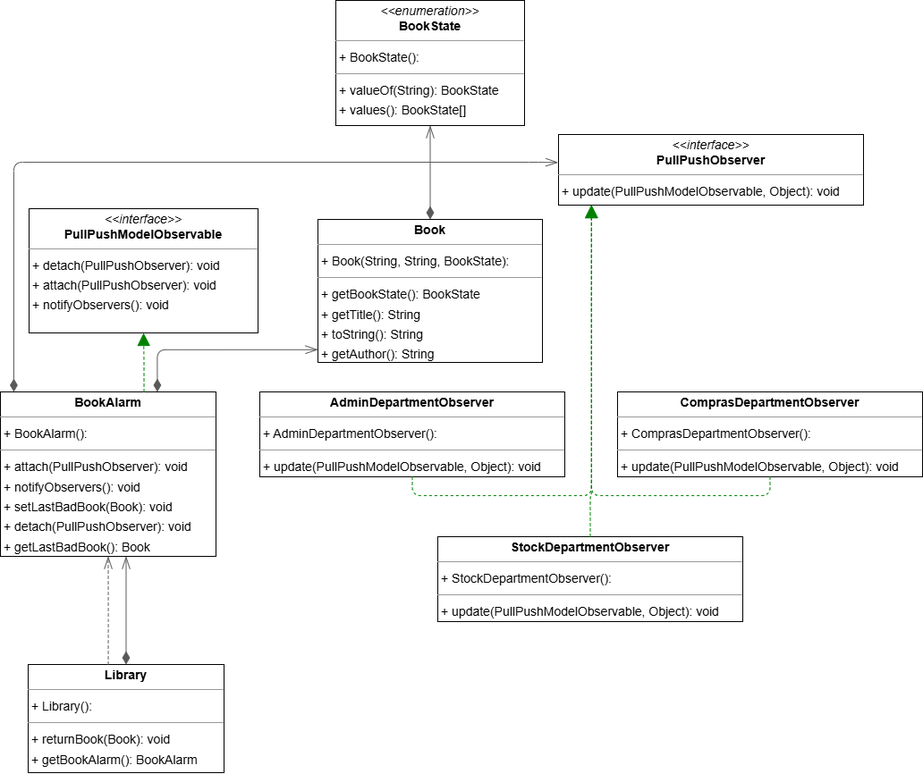
Earlier version of the draw.io export DisenoSoftware/src/Tema02/PatronObserver/UML1.drawio.png (ch0rtas/IS-Diseno_de_Software). Source tidied: cells renumbered, new cells last; positions are measured from the earlier drawing's top-left corner, leaving out a move shared by most shapes.
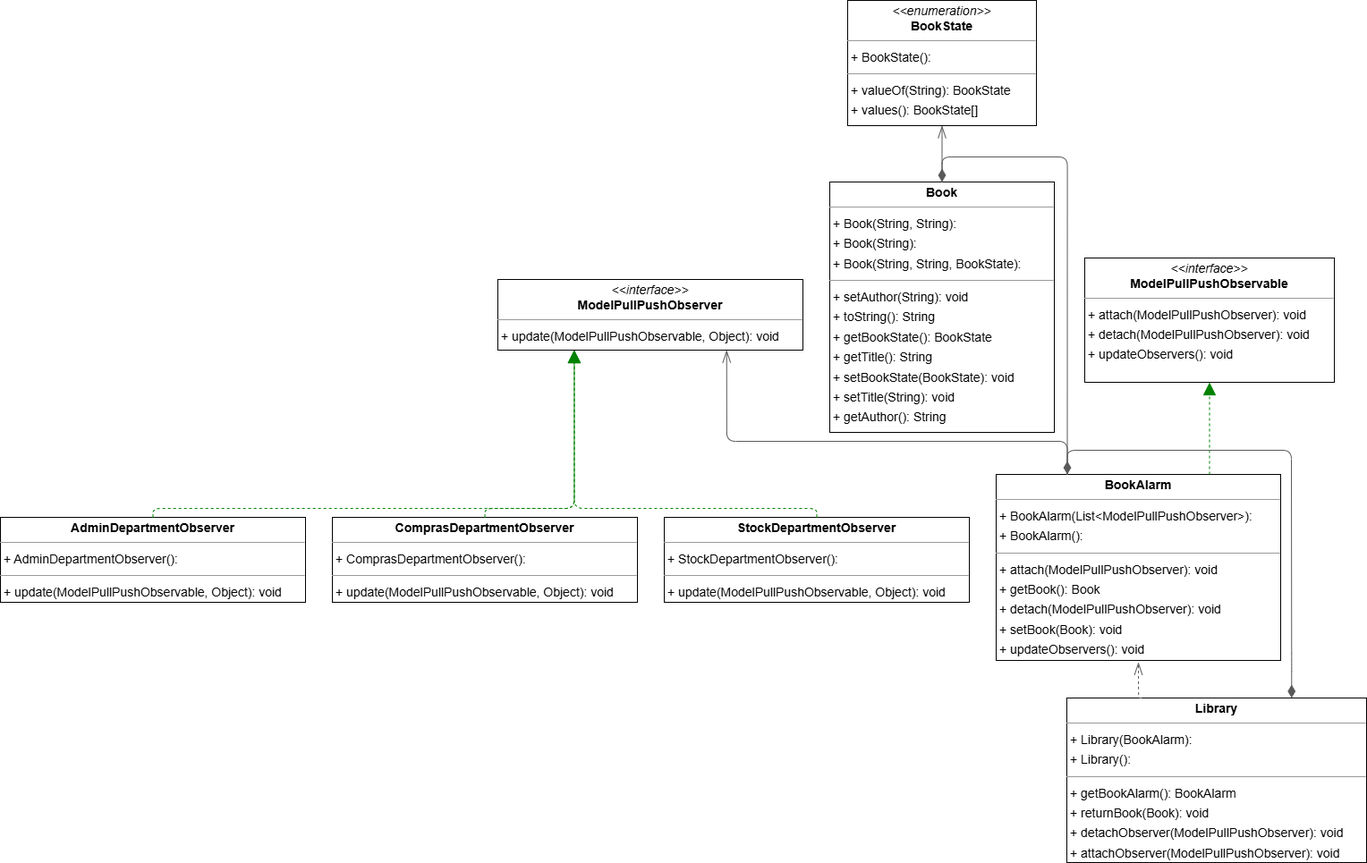
The same diagram one commit later.

The edit, as a diff of the source:
```diff
@@ -2,83 +2,95 @@
   <root>
     <mxCell id="0" />
     <mxCell id="1" parent="0" />
-    <mxCell id="2" value="&lt;p style=&quot;margin:0px;margin-top:4px;text-align:center;&quot;&gt;&lt;b&gt;AdminDepartmentObserver&lt;/b&gt;&lt;/p&gt;&lt;hr size=&quot;1&quot;/&gt;&lt;p style=&quot;margin:0 0 0 4px;line-height:1.6;&quot;&gt;+ AdminDepartmentObserver(): &lt;/p&gt;&lt;hr size=&quot;1&quot;/&gt;&lt;p style=&quot;margin:0 0 0 4px;line-height:1.6;&quot;&gt;+ update(PullPushModelObservable, Object): void&lt;/p&gt;" style="verticalAlign=top;align=left;overflow=fill;fontSize=14;fontFamily=Helvetica;html=1;rounded=0;shadow=0;comic=0;labelBackgroundColor=none;strokeWidth=1;" parent="1" vertex="1">
-      <mxGeometry x="290" y="438" width="341" height="95" as="geometry" />
-    </mxCell>
-    <mxCell id="3" value="&lt;p style=&quot;margin:0px;margin-top:4px;text-align:center;&quot;&gt;&lt;b&gt;Book&lt;/b&gt;&lt;/p&gt;&lt;hr size=&quot;1&quot;/&gt;&lt;p style=&quot;margin:0 0 0 4px;line-height:1.6;&quot;&gt;+ Book(String, String, BookState): &lt;/p&gt;&lt;hr size=&quot;1&quot;/&gt;&lt;p style=&quot;margin:0 0 0 4px;line-height:1.6;&quot;&gt;+ getBookState(): BookState&lt;br/&gt;+ getTitle(): String&lt;br/&gt;+ toString(): String&lt;br/&gt;+ getAuthor(): String&lt;/p&gt;" style="verticalAlign=top;align=left;overflow=fill;fontSize=14;fontFamily=Helvetica;html=1;rounded=0;shadow=0;comic=0;labelBackgroundColor=none;strokeWidth=1;" parent="1" vertex="1">
-      <mxGeometry x="355" y="245" width="251" height="160" as="geometry" />
-    </mxCell>
-    <mxCell id="4" value="&lt;p style=&quot;margin:0px;margin-top:4px;text-align:center;&quot;&gt;&lt;b&gt;BookAlarm&lt;/b&gt;&lt;/p&gt;&lt;hr size=&quot;1&quot;/&gt;&lt;p style=&quot;margin:0 0 0 4px;line-height:1.6;&quot;&gt;+ BookAlarm(): &lt;/p&gt;&lt;hr size=&quot;1&quot;/&gt;&lt;p style=&quot;margin:0 0 0 4px;line-height:1.6;&quot;&gt;+ attach(PullPushObserver): void&lt;br/&gt;+ notifyObservers(): void&lt;br/&gt;+ setLastBadBook(Book): void&lt;br/&gt;+ detach(PullPushObserver): void&lt;br/&gt;+ getLastBadBook(): Book&lt;/p&gt;" style="verticalAlign=top;align=left;overflow=fill;fontSize=14;fontFamily=Helvetica;html=1;rounded=0;shadow=0;comic=0;labelBackgroundColor=none;strokeWidth=1;" parent="1" vertex="1">
-      <mxGeometry y="438" width="241" height="184" as="geometry" />
-    </mxCell>
+    <mxCell id="20" value="&lt;p style=&quot;margin:0px;margin-top:4px;text-align:center;&quot;&gt;&lt;b&gt;AdminDepartmentObserver&lt;/b&gt;&lt;/p&gt;&lt;hr size=&quot;1&quot;/&gt;&lt;p style=&quot;margin:0 0 0 4px;line-height:1.6;&quot;&gt;+ AdminDepartmentObserver(): &lt;/p&gt;&lt;hr size=&quot;1&quot;/&gt;&lt;p style=&quot;margin:0 0 0 4px;line-height:1.6;&quot;&gt;+ update(ModelPullPushObservable, Object): void&lt;/p&gt;" style="verticalAlign=top;align=left;overflow=fill;fontSize=14;fontFamily=Helvetica;html=1;rounded=0;shadow=0;comic=0;labelBackgroundColor=none;strokeWidth=1;" parent="1" vertex="1">
+      <mxGeometry x="-572" y="578" width="341" height="95" as="geometry" />
+    </mxCell>
+    <mxCell id="21" value="&lt;p style=&quot;margin:0px;margin-top:4px;text-align:center;&quot;&gt;&lt;b&gt;Book&lt;/b&gt;&lt;/p&gt;&lt;hr size=&quot;1&quot;/&gt;&lt;p style=&quot;margin:0 0 0 4px;line-height:1.6;&quot;&gt;+ Book(String, String): &lt;br/&gt;+ Book(String): &lt;br/&gt;+ Book(String, String, BookState): &lt;/p&gt;&lt;hr size=&quot;1&quot;/&gt;&lt;p style=&quot;margin:0 0 0 4px;line-height:1.6;&quot;&gt;+ setAuthor(String): void&lt;br/&gt;+ toString(): String&lt;br/&gt;+ getBookState(): BookState&lt;br/&gt;+ getTitle(): String&lt;br/&gt;+ setBookState(BookState): void&lt;br/&gt;+ setTitle(String): void&lt;br/&gt;+ getAuthor(): String&lt;/p&gt;" style="verticalAlign=top;align=left;overflow=fill;fontSize=14;fontFamily=Helvetica;html=1;rounded=0;shadow=0;comic=0;labelBackgroundColor=none;strokeWidth=1;" parent="1" vertex="1">
+      <mxGeometry x="355" y="203" width="251" height="280" as="geometry" />
+    </mxCell>
+    <mxCell id="22" value="&lt;p style=&quot;margin:0px;margin-top:4px;text-align:center;&quot;&gt;&lt;b&gt;BookAlarm&lt;/b&gt;&lt;/p&gt;&lt;hr size=&quot;1&quot;/&gt;&lt;p style=&quot;margin:0 0 0 4px;line-height:1.6;&quot;&gt;+ BookAlarm(List&amp;lt;ModelPullPushObserver&amp;gt;): &lt;br/&gt;+ BookAlarm(): &lt;/p&gt;&lt;hr size=&quot;1&quot;/&gt;&lt;p style=&quot;margin:0 0 0 4px;line-height:1.6;&quot;&gt;+ attach(ModelPullPushObserver): void&lt;br/&gt;+ getBook(): Book&lt;br/&gt;+ detach(ModelPullPushObserver): void&lt;br/&gt;+ setBook(Book): void&lt;br/&gt;+ updateObservers(): void&lt;/p&gt;" style="verticalAlign=top;align=left;overflow=fill;fontSize=14;fontFamily=Helvetica;html=1;rounded=0;shadow=0;comic=0;labelBackgroundColor=none;strokeWidth=1;" parent="1" vertex="1">
+      <mxGeometry x="541" y="530" width="318" height="208" as="geometry" />
+    </mxCell>
     <mxCell id="5" value="&lt;p style=&quot;margin:0px;margin-top:4px;text-align:center;&quot;&gt;&lt;i&gt;&amp;lt;&amp;lt;enumeration&amp;gt;&amp;gt;&lt;/i&gt;&lt;br/&gt;&lt;b&gt;BookState&lt;/b&gt;&lt;/p&gt;&lt;hr size=&quot;1&quot;/&gt;&lt;p style=&quot;margin:0 0 0 4px;line-height:1.6;&quot;&gt;+ BookState(): &lt;/p&gt;&lt;hr size=&quot;1&quot;/&gt;&lt;p style=&quot;margin:0 0 0 4px;line-height:1.6;&quot;&gt;+ valueOf(String): BookState&lt;br/&gt;+ values(): BookState[]&lt;/p&gt;" style="verticalAlign=top;align=left;overflow=fill;fontSize=14;fontFamily=Helvetica;html=1;rounded=0;shadow=0;comic=0;labelBackgroundColor=none;strokeWidth=1;" parent="1" vertex="1">
       <mxGeometry x="375" width="211" height="140" as="geometry" />
     </mxCell>
-    <mxCell id="6" value="&lt;p style=&quot;margin:0px;margin-top:4px;text-align:center;&quot;&gt;&lt;b&gt;ComprasDepartmentObserver&lt;/b&gt;&lt;/p&gt;&lt;hr size=&quot;1&quot;/&gt;&lt;p style=&quot;margin:0 0 0 4px;line-height:1.6;&quot;&gt;+ ComprasDepartmentObserver(): &lt;/p&gt;&lt;hr size=&quot;1&quot;/&gt;&lt;p style=&quot;margin:0 0 0 4px;line-height:1.6;&quot;&gt;+ update(PullPushModelObservable, Object): void&lt;/p&gt;" style="verticalAlign=top;align=left;overflow=fill;fontSize=14;fontFamily=Helvetica;html=1;rounded=0;shadow=0;comic=0;labelBackgroundColor=none;strokeWidth=1;" parent="1" vertex="1">
-      <mxGeometry x="690" y="438" width="341" height="95" as="geometry" />
-    </mxCell>
-    <mxCell id="7" value="&lt;p style=&quot;margin:0px;margin-top:4px;text-align:center;&quot;&gt;&lt;b&gt;Library&lt;/b&gt;&lt;/p&gt;&lt;hr size=&quot;1&quot;/&gt;&lt;p style=&quot;margin:0 0 0 4px;line-height:1.6;&quot;&gt;+ Library(): &lt;/p&gt;&lt;hr size=&quot;1&quot;/&gt;&lt;p style=&quot;margin:0 0 0 4px;line-height:1.6;&quot;&gt;+ returnBook(Book): void&lt;br/&gt;+ getBookAlarm(): BookAlarm&lt;/p&gt;" style="verticalAlign=top;align=left;overflow=fill;fontSize=14;fontFamily=Helvetica;html=1;rounded=0;shadow=0;comic=0;labelBackgroundColor=none;strokeWidth=1;" parent="1" vertex="1">
-      <mxGeometry x="31" y="743" width="219" height="121" as="geometry" />
-    </mxCell>
-    <mxCell id="8" value="&lt;p style=&quot;margin:0px;margin-top:4px;text-align:center;&quot;&gt;&lt;i&gt;&amp;lt;&amp;lt;interface&amp;gt;&amp;gt;&lt;/i&gt;&lt;br/&gt;&lt;b&gt;PullPushModelObservable&lt;/b&gt;&lt;/p&gt;&lt;hr size=&quot;1&quot;/&gt;&lt;p style=&quot;margin:0 0 0 4px;line-height:1.6;&quot;&gt;+ detach(PullPushObserver): void&lt;br/&gt;+ attach(PullPushObserver): void&lt;br/&gt;+ notifyObservers(): void&lt;/p&gt;" style="verticalAlign=top;align=left;overflow=fill;fontSize=14;fontFamily=Helvetica;html=1;rounded=0;shadow=0;comic=0;labelBackgroundColor=none;strokeWidth=1;" parent="1" vertex="1">
-      <mxGeometry x="32" y="233" width="256" height="139" as="geometry" />
-    </mxCell>
-    <mxCell id="9" value="&lt;p style=&quot;margin:0px;margin-top:4px;text-align:center;&quot;&gt;&lt;i&gt;&amp;lt;&amp;lt;interface&amp;gt;&amp;gt;&lt;/i&gt;&lt;br/&gt;&lt;b&gt;PullPushObserver&lt;/b&gt;&lt;/p&gt;&lt;hr size=&quot;1&quot;/&gt;&lt;p style=&quot;margin:0 0 0 4px;line-height:1.6;&quot;&gt;+ update(PullPushModelObservable, Object): void&lt;/p&gt;" style="verticalAlign=top;align=left;overflow=fill;fontSize=14;fontFamily=Helvetica;html=1;rounded=0;shadow=0;comic=0;labelBackgroundColor=none;strokeWidth=1;" parent="1" vertex="1">
-      <mxGeometry x="624" y="150" width="341" height="79" as="geometry" />
-    </mxCell>
-    <mxCell id="10" value="&lt;p style=&quot;margin:0px;margin-top:4px;text-align:center;&quot;&gt;&lt;b&gt;StockDepartmentObserver&lt;/b&gt;&lt;/p&gt;&lt;hr size=&quot;1&quot;/&gt;&lt;p style=&quot;margin:0 0 0 4px;line-height:1.6;&quot;&gt;+ StockDepartmentObserver(): &lt;/p&gt;&lt;hr size=&quot;1&quot;/&gt;&lt;p style=&quot;margin:0 0 0 4px;line-height:1.6;&quot;&gt;+ update(PullPushModelObservable, Object): void&lt;/p&gt;" style="verticalAlign=top;align=left;overflow=fill;fontSize=14;fontFamily=Helvetica;html=1;rounded=0;shadow=0;comic=0;labelBackgroundColor=none;strokeWidth=1;" parent="1" vertex="1">
-      <mxGeometry x="489" y="600" width="341" height="95" as="geometry" />
-    </mxCell>
-    <mxCell id="11" style="html=1;rounded=1;edgeStyle=orthogonalEdgeStyle;dashed=1;startArrow=none;endArrow=block;endSize=12;strokeColor=#008200;exitX=0.500;exitY=1.000;exitDx=0;exitDy=0;entryX=0.108;entryY=1.000;entryDx=0;entryDy=0;" parent="1" edge="1" source="2" target="9">
-      <mxGeometry relative="1" as="geometry">
-        <Array as="points">
-          <mxPoint x="460" y="554" />
-          <mxPoint x="661" y="554" />
-        </Array>
-      </mxGeometry>
-    </mxCell>
-    <mxCell id="12" style="html=1;rounded=1;edgeStyle=orthogonalEdgeStyle;dashed=0;startArrow=diamondThin;endArrow=openThin;endSize=12;strokeColor=#595959;exitX=0.500;exitY=0.000;exitDx=0;exitDy=0;entryX=0.500;entryY=1.000;entryDx=0;entryDy=0;startFill=1;startSize=12;" parent="1" edge="1" source="3" target="5">
-      <mxGeometry relative="1" as="geometry" />
-    </mxCell>
-    <mxCell id="13" style="html=1;rounded=1;edgeStyle=orthogonalEdgeStyle;dashed=0;startArrow=diamondThin;endArrow=openThin;endSize=12;strokeColor=#595959;exitX=0.728;exitY=0.000;exitDx=0;exitDy=0;entryX=0;entryY=0.911;entryDx=0;entryDy=0;entryPerimeter=0;startFill=1;startSize=12;" parent="1" edge="1" source="4" target="3">
-      <mxGeometry relative="1" as="geometry">
-        <Array as="points">
-          <mxPoint x="175" y="391" />
-        </Array>
-      </mxGeometry>
-    </mxCell>
-    <mxCell id="14" style="html=1;rounded=1;edgeStyle=orthogonalEdgeStyle;dashed=1;startArrow=none;endArrow=block;endSize=12;strokeColor=#008200;exitX=0.666;exitY=0.000;exitDx=0;exitDy=0;entryX=0.500;entryY=1.000;entryDx=0;entryDy=0;" parent="1" edge="1" source="4" target="8">
-      <mxGeometry relative="1" as="geometry" />
-    </mxCell>
-    <mxCell id="15" style="html=1;rounded=1;edgeStyle=orthogonalEdgeStyle;dashed=0;startArrow=diamondThin;endArrow=openThin;endSize=12;strokeColor=#595959;exitX=0.062;exitY=0.000;exitDx=0;exitDy=0;startFill=1;startSize=12;entryX=-0.001;entryY=0.396;entryDx=0;entryDy=0;entryPerimeter=0;" parent="1" edge="1" source="4" target="9">
-      <mxGeometry relative="1" as="geometry">
-        <Array as="points">
-          <mxPoint x="15" y="181" />
-          <mxPoint x="601" y="181" />
-        </Array>
-      </mxGeometry>
-    </mxCell>
-    <mxCell id="16" style="html=1;rounded=1;edgeStyle=orthogonalEdgeStyle;dashed=1;startArrow=none;endArrow=block;endSize=12;strokeColor=#008200;exitX=0.500;exitY=1.000;exitDx=0;exitDy=0;entryX=0.108;entryY=1.000;entryDx=0;entryDy=0;" parent="1" edge="1" source="6" target="9">
-      <mxGeometry relative="1" as="geometry">
-        <Array as="points">
-          <mxPoint x="860" y="554" />
-          <mxPoint x="661" y="554" />
-        </Array>
-      </mxGeometry>
-    </mxCell>
-    <mxCell id="17" style="html=1;rounded=1;edgeStyle=orthogonalEdgeStyle;dashed=1;startArrow=none;endArrow=openThin;endSize=12;strokeColor=#595959;exitX=0.409;exitY=0.000;exitDx=0;exitDy=0;entryX=0.500;entryY=1.000;entryDx=0;entryDy=0;" parent="1" edge="1" source="7" target="4">
-      <mxGeometry relative="1" as="geometry" />
-    </mxCell>
-    <mxCell id="18" style="html=1;rounded=1;edgeStyle=orthogonalEdgeStyle;dashed=0;startArrow=diamondThin;endArrow=openThin;endSize=12;strokeColor=#595959;exitX=0.500;exitY=0.000;exitDx=0;exitDy=0;entryX=0.583;entryY=1.000;entryDx=0;entryDy=0;startFill=1;startSize=12;" parent="1" edge="1" source="7" target="4">
-      <mxGeometry relative="1" as="geometry" />
-    </mxCell>
-    <mxCell id="19" style="html=1;rounded=1;edgeStyle=orthogonalEdgeStyle;dashed=1;startArrow=none;endArrow=block;endSize=12;strokeColor=#008200;exitX=0.500;exitY=0.001;exitDx=0;exitDy=0;entryX=0.108;entryY=1.000;entryDx=0;entryDy=0;" parent="1" edge="1" source="10" target="9">
-      <mxGeometry relative="1" as="geometry">
-        <Array as="points">
-          <mxPoint x="660" y="554" />
-          <mxPoint x="661" y="554" />
-        </Array>
-      </mxGeometry>
-    </mxCell>
+    <mxCell id="23" value="&lt;p style=&quot;margin:0px;margin-top:4px;text-align:center;&quot;&gt;&lt;b&gt;ComprasDepartmentObserver&lt;/b&gt;&lt;/p&gt;&lt;hr size=&quot;1&quot;/&gt;&lt;p style=&quot;margin:0 0 0 4px;line-height:1.6;&quot;&gt;+ ComprasDepartmentObserver(): &lt;/p&gt;&lt;hr size=&quot;1&quot;/&gt;&lt;p style=&quot;margin:0 0 0 4px;line-height:1.6;&quot;&gt;+ update(ModelPullPushObservable, Object): void&lt;/p&gt;" style="verticalAlign=top;align=left;overflow=fill;fontSize=14;fontFamily=Helvetica;html=1;rounded=0;shadow=0;comic=0;labelBackgroundColor=none;strokeWidth=1;" parent="1" vertex="1">
+      <mxGeometry x="-201" y="578" width="341" height="95" as="geometry" />
+    </mxCell>
+    <mxCell id="24" value="&lt;p style=&quot;margin:0px;margin-top:4px;text-align:center;&quot;&gt;&lt;b&gt;Library&lt;/b&gt;&lt;/p&gt;&lt;hr size=&quot;1&quot;/&gt;&lt;p style=&quot;margin:0 0 0 4px;line-height:1.6;&quot;&gt;+ Library(BookAlarm): &lt;br/&gt;+ Library(): &lt;/p&gt;&lt;hr size=&quot;1&quot;/&gt;&lt;p style=&quot;margin:0 0 0 4px;line-height:1.6;&quot;&gt;+ getBookAlarm(): BookAlarm&lt;br/&gt;+ returnBook(Book): void&lt;br/&gt;+ detachObserver(ModelPullPushObserver): void&lt;br/&gt;+ attachObserver(ModelPullPushObserver): void&lt;/p&gt;" style="verticalAlign=top;align=left;overflow=fill;fontSize=14;fontFamily=Helvetica;html=1;rounded=0;shadow=0;comic=0;labelBackgroundColor=none;strokeWidth=1;" parent="1" vertex="1">
+      <mxGeometry x="620" y="780" width="335" height="184" as="geometry" />
+    </mxCell>
+    <mxCell id="25" value="&lt;p style=&quot;margin:0px;margin-top:4px;text-align:center;&quot;&gt;&lt;i&gt;&amp;lt;&amp;lt;interface&amp;gt;&amp;gt;&lt;/i&gt;&lt;br/&gt;&lt;b&gt;ModelPullPushObservable&lt;/b&gt;&lt;/p&gt;&lt;hr size=&quot;1&quot;/&gt;&lt;p style=&quot;margin:0 0 0 4px;line-height:1.6;&quot;&gt;+ attach(ModelPullPushObserver): void&lt;br/&gt;+ detach(ModelPullPushObserver): void&lt;br/&gt;+ updateObservers(): void&lt;/p&gt;" style="verticalAlign=top;align=left;overflow=fill;fontSize=14;fontFamily=Helvetica;html=1;rounded=0;shadow=0;comic=0;labelBackgroundColor=none;strokeWidth=1;" parent="1" vertex="1">
+      <mxGeometry x="640" y="288" width="279" height="139" as="geometry" />
+    </mxCell>
+    <mxCell id="26" value="&lt;p style=&quot;margin:0px;margin-top:4px;text-align:center;&quot;&gt;&lt;i&gt;&amp;lt;&amp;lt;interface&amp;gt;&amp;gt;&lt;/i&gt;&lt;br/&gt;&lt;b&gt;ModelPullPushObserver&lt;/b&gt;&lt;/p&gt;&lt;hr size=&quot;1&quot;/&gt;&lt;p style=&quot;margin:0 0 0 4px;line-height:1.6;&quot;&gt;+ update(ModelPullPushObservable, Object): void&lt;/p&gt;" style="verticalAlign=top;align=left;overflow=fill;fontSize=14;fontFamily=Helvetica;html=1;rounded=0;shadow=0;comic=0;labelBackgroundColor=none;strokeWidth=1;" parent="1" vertex="1">
+      <mxGeometry x="-16" y="312" width="341" height="79" as="geometry" />
+    </mxCell>
+    <mxCell id="27" value="&lt;p style=&quot;margin:0px;margin-top:4px;text-align:center;&quot;&gt;&lt;b&gt;StockDepartmentObserver&lt;/b&gt;&lt;/p&gt;&lt;hr size=&quot;1&quot;/&gt;&lt;p style=&quot;margin:0 0 0 4px;line-height:1.6;&quot;&gt;+ StockDepartmentObserver(): &lt;/p&gt;&lt;hr size=&quot;1&quot;/&gt;&lt;p style=&quot;margin:0 0 0 4px;line-height:1.6;&quot;&gt;+ update(ModelPullPushObservable, Object): void&lt;/p&gt;" style="verticalAlign=top;align=left;overflow=fill;fontSize=14;fontFamily=Helvetica;html=1;rounded=0;shadow=0;comic=0;labelBackgroundColor=none;strokeWidth=1;" parent="1" vertex="1">
+      <mxGeometry x="170" y="578" width="341" height="95" as="geometry" />
+    </mxCell>
+    <mxCell id="28" style="html=1;rounded=1;edgeStyle=orthogonalEdgeStyle;dashed=1;startArrow=none;endArrow=block;endSize=12;strokeColor=#008200;exitX=0.500;exitY=0.000;exitDx=0;exitDy=0;entryX=0.250;entryY=1.001;entryDx=0;entryDy=0;" parent="1" edge="1" source="20" target="26">
+      <mxGeometry relative="1" as="geometry">
+        <Array as="points">
+          <mxPoint x="-401" y="568" />
+          <mxPoint x="69" y="568" />
+        </Array>
+      </mxGeometry>
+    </mxCell>
+    <mxCell id="29" style="html=1;rounded=1;edgeStyle=orthogonalEdgeStyle;dashed=0;startArrow=diamondThinstartSize=12;endArrow=openThin;endSize=12;strokeColor=#595959;exitX=0.500;exitY=0.000;exitDx=0;exitDy=0;entryX=0.500;entryY=1.000;entryDx=0;entryDy=0;" parent="1" edge="1" source="21" target="5">
+      <mxGeometry relative="1" as="geometry" />
+    </mxCell>
+    <mxCell id="30" style="html=1;rounded=1;edgeStyle=orthogonalEdgeStyle;dashed=0;startArrow=diamondThinstartSize=12;endArrow=diamondThin;endSize=12;strokeColor=#595959;exitX=0.250;exitY=0.000;exitDx=0;exitDy=0;entryX=0.500;entryY=0.000;entryDx=0;entryDy=0;endFill=1;startSize=12;" parent="1" edge="1" source="22" target="21">
+      <mxGeometry relative="1" as="geometry">
+        <Array as="points">
+          <mxPoint x="621" y="175" />
+          <mxPoint x="480" y="175" />
+        </Array>
+      </mxGeometry>
+    </mxCell>
+    <mxCell id="31" style="html=1;rounded=1;edgeStyle=orthogonalEdgeStyle;dashed=1;startArrow=none;endArrow=block;endSize=12;strokeColor=#008200;exitX=0.750;exitY=0.000;exitDx=0;exitDy=0;entryX=0.500;entryY=1.000;entryDx=0;entryDy=0;" parent="1" edge="1" source="22" target="25">
+      <mxGeometry relative="1" as="geometry" />
+    </mxCell>
+    <mxCell id="32" style="html=1;rounded=1;edgeStyle=orthogonalEdgeStyle;dashed=0;startArrow=diamondThinstartSize=12;endArrow=openThin;endSize=12;strokeColor=#595959;exitX=0.250;exitY=0.000;exitDx=0;exitDy=0;entryX=0.750;entryY=1.000;entryDx=0;entryDy=0;" parent="1" edge="1" source="22" target="26">
+      <mxGeometry relative="1" as="geometry">
+        <Array as="points">
+          <mxPoint x="621" y="493" />
+          <mxPoint x="239" y="493" />
+        </Array>
+      </mxGeometry>
+    </mxCell>
+    <mxCell id="33" style="html=1;rounded=1;edgeStyle=orthogonalEdgeStyle;dashed=1;startArrow=none;endArrow=block;endSize=12;strokeColor=#008200;exitX=0.500;exitY=0.000;exitDx=0;exitDy=0;entryX=0.250;entryY=1.001;entryDx=0;entryDy=0;" parent="1" edge="1" source="23" target="26">
+      <mxGeometry relative="1" as="geometry">
+        <Array as="points">
+          <mxPoint x="-30" y="568" />
+          <mxPoint x="69" y="568" />
+        </Array>
+      </mxGeometry>
+    </mxCell>
+    <mxCell id="34" style="html=1;rounded=1;edgeStyle=orthogonalEdgeStyle;dashed=1;startArrow=none;endArrow=openThin;endSize=12;strokeColor=#595959;exitX=0.25;exitY=0;exitDx=0;exitDy=0;" parent="1" edge="1" source="24">
+      <mxGeometry relative="1" as="geometry">
+        <mxPoint x="700" y="740" as="targetPoint" />
+        <Array as="points">
+          <mxPoint x="700" y="780" />
+        </Array>
+      </mxGeometry>
+    </mxCell>
+    <mxCell id="35" style="html=1;rounded=1;edgeStyle=orthogonalEdgeStyle;dashed=0;startArrow=diamondThin;endArrow=diamondThin;endSize=12;strokeColor=#595959;exitX=0.750;exitY=0.000;exitDx=0;exitDy=0;entryX=0.250;entryY=0.000;entryDx=0;entryDy=0;endFill=1;startFill=1;startSize=12;sourcePerimeterSpacing=0;" parent="1" edge="1" source="24" target="22">
+      <mxGeometry relative="1" as="geometry">
+        <Array as="points">
+          <mxPoint x="871" y="740" />
+          <mxPoint x="871" y="503" />
+          <mxPoint x="621" y="503" />
+        </Array>
+      </mxGeometry>
+    </mxCell>
+    <mxCell id="36" style="html=1;rounded=1;edgeStyle=orthogonalEdgeStyle;dashed=1;startArrow=none;endArrow=block;endSize=12;strokeColor=#008200;exitX=0.500;exitY=0.000;exitDx=0;exitDy=0;entryX=0.250;entryY=1.001;entryDx=0;entryDy=0;" parent="1" edge="1" source="27" target="26">
+      <mxGeometry relative="1" as="geometry">
+        <Array as="points">
+          <mxPoint x="341" y="568" />
+          <mxPoint x="69" y="568" />
+        </Array>
+      </mxGeometry>
+    </mxCell>
   </root>
 </mxGraphModel>
```
